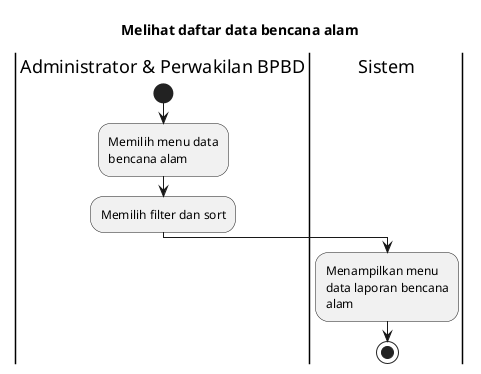
This is export/Activity Diagrams/UC-MGDISASTER - Manajemen Data Bencana/UC-MGDISASTER-005 - Melihat daftar data bencana alam.png from bagusNA/appl-diagrams, a PlantUML export, as it was before one commit.
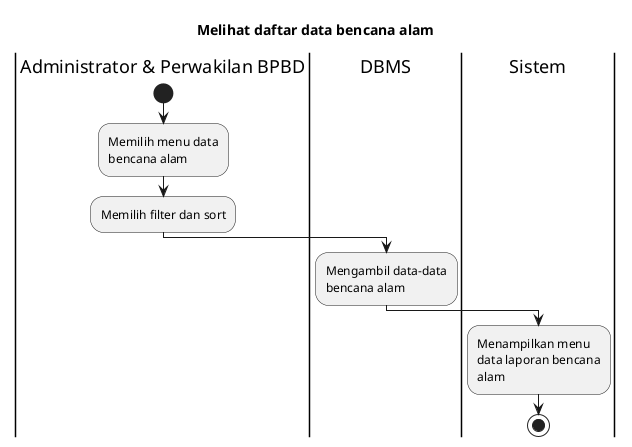
Above is the later version.

What changed in the source:
```diff
@@ -8,6 +8,9 @@
 :Memilih menu data bencana alam;
 :Memilih filter dan sort;
 
+|DBMS|
+:Mengambil data-data bencana alam;
+
 |Sistem|
 :Menampilkan menu data laporan bencana alam;
 
```
